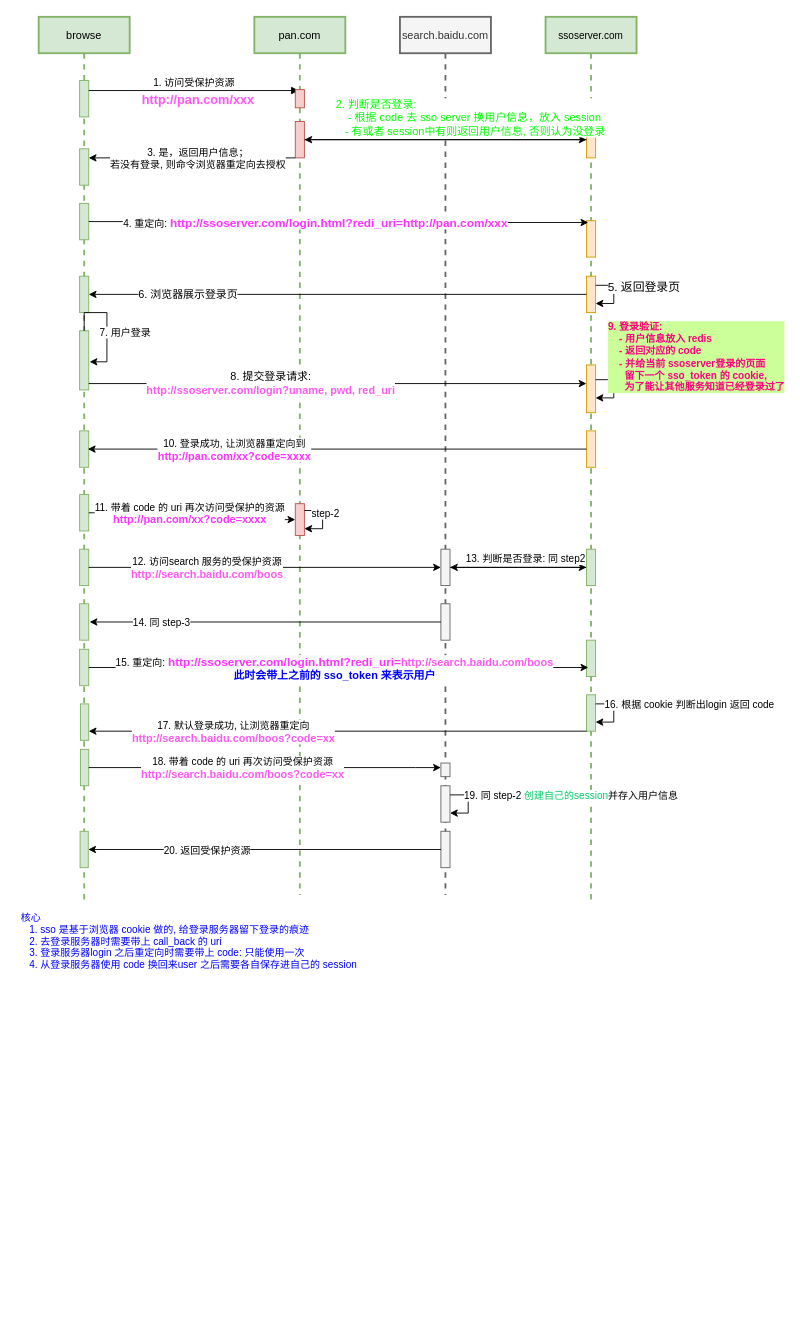
The draw.io diagram digrams/oauth/sso-oauth-flow.drawio in Alice52/diagrams, before the edit. Source tidied: cells renumbered, new cells numbered last; positions are measured from the earlier drawing's top-left corner, leaving out a move shared by most shapes. Both pictures are drawn from the tidied source at 91%, with x=0, y=0 at pixel (15, 16).
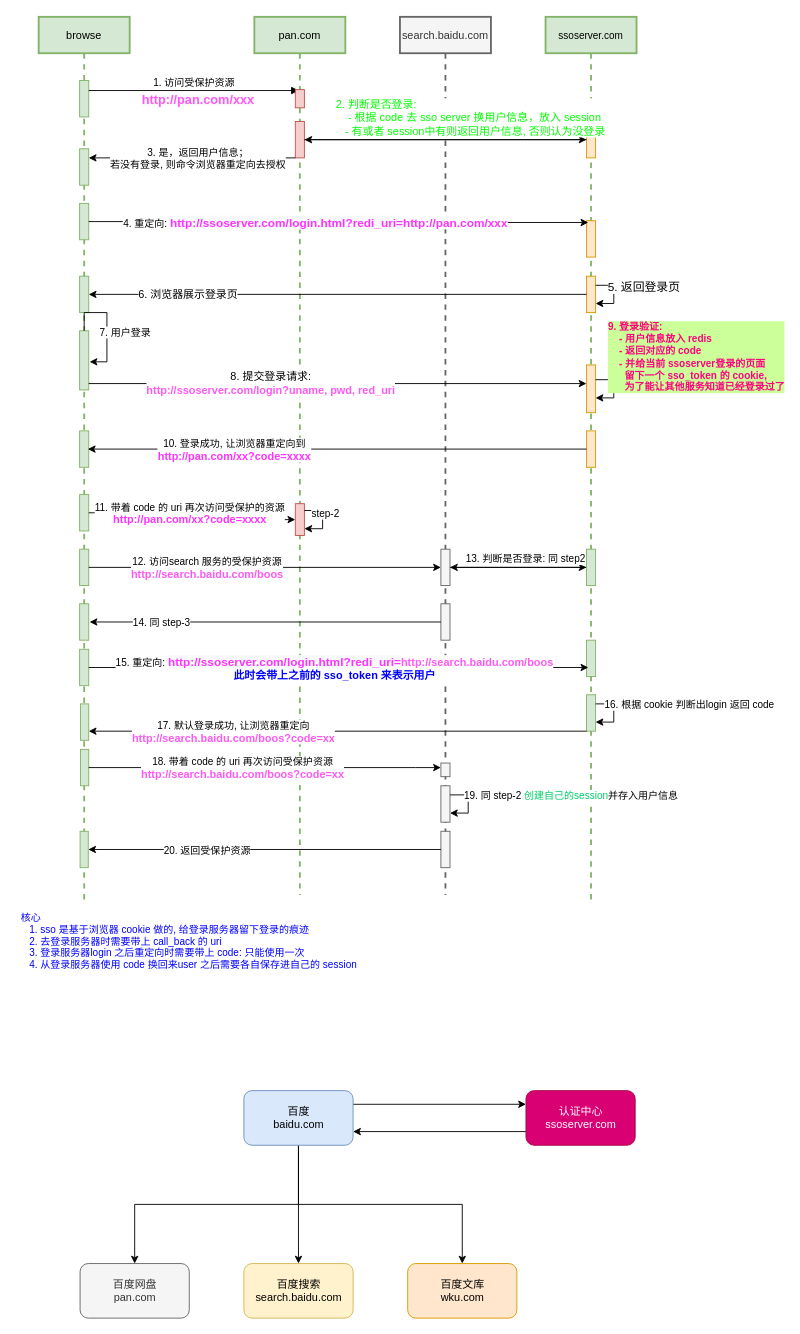
The same diagram, later.

Change to the diagram source:
```diff
@@
+    <mxCell id="80" style="edgeStyle=orthogonalEdgeStyle;rounded=0;jettySize=auto;html=1;" parent="1" edge="1" source="84" target="86">
+      <mxGeometry relative="1" as="geometry" />
+    </mxCell>
+    <mxCell id="81" style="edgeStyle=orthogonalEdgeStyle;rounded=0;jettySize=auto;html=1;exitX=0.5;exitY=1;exitDx=0;exitDy=0;entryX=0.5;entryY=0;entryDx=0;entryDy=0;" parent="1" edge="1" source="84" target="87">
+      <mxGeometry relative="1" as="geometry" />
+    </mxCell>
+    <mxCell id="82" style="edgeStyle=orthogonalEdgeStyle;rounded=0;jettySize=auto;html=1;exitX=0.5;exitY=1;exitDx=0;exitDy=0;" parent="1" edge="1" source="84" target="85">
+      <mxGeometry relative="1" as="geometry" />
+    </mxCell>
+    <mxCell id="83" style="edgeStyle=orthogonalEdgeStyle;rounded=0;jettySize=auto;html=1;exitX=1;exitY=0.25;exitDx=0;exitDy=0;entryX=0;entryY=0.25;entryDx=0;entryDy=0;" parent="1" edge="1" source="84" target="89">
+      <mxGeometry relative="1" as="geometry" />
+    </mxCell>
+    <mxCell id="84" value="百度&lt;br&gt;baidu.com" style="rounded=1;whiteSpace=wrap;html=1;fillColor=#dae8fc;strokeColor=#6c8ebf;" parent="1" vertex="1">
+      <mxGeometry x="250.5" y="1180" width="120" height="60" as="geometry" />
+    </mxCell>
+    <mxCell id="85" value="百度网盘&lt;br&gt;pan.com" style="rounded=1;whiteSpace=wrap;html=1;fillColor=#f5f5f5;strokeColor=#666666;fontColor=#333333;" parent="1" vertex="1">
+      <mxGeometry x="70.5" y="1370" width="120" height="60" as="geometry" />
+    </mxCell>
+    <mxCell id="86" value="百度搜索&lt;br&gt;search.baidu.com" style="rounded=1;whiteSpace=wrap;html=1;fillColor=#fff2cc;strokeColor=#d6b656;" parent="1" vertex="1">
+      <mxGeometry x="250.5" y="1370" width="120" height="60" as="geometry" />
+    </mxCell>
+    <mxCell id="87" value="百度文库&lt;br&gt;wku.com" style="rounded=1;whiteSpace=wrap;html=1;fillColor=#ffe6cc;strokeColor=#d79b00;" parent="1" vertex="1">
+      <mxGeometry x="430.5" y="1370" width="120" height="60" as="geometry" />
+    </mxCell>
+    <mxCell id="88" style="edgeStyle=orthogonalEdgeStyle;rounded=0;jettySize=auto;html=1;exitX=0;exitY=0.75;exitDx=0;exitDy=0;entryX=1;entryY=0.75;entryDx=0;entryDy=0;" parent="1" edge="1" source="89" target="84">
+      <mxGeometry relative="1" as="geometry" />
+    </mxCell>
+    <mxCell id="89" value="认证中心&lt;br&gt;ssoserver.com" style="rounded=1;whiteSpace=wrap;html=1;fillColor=#d80073;strokeColor=#A50040;fontColor=#ffffff;" parent="1" vertex="1">
+      <mxGeometry x="560.5" y="1180" width="120" height="60" as="geometry" />
+    </mxCell>
```
